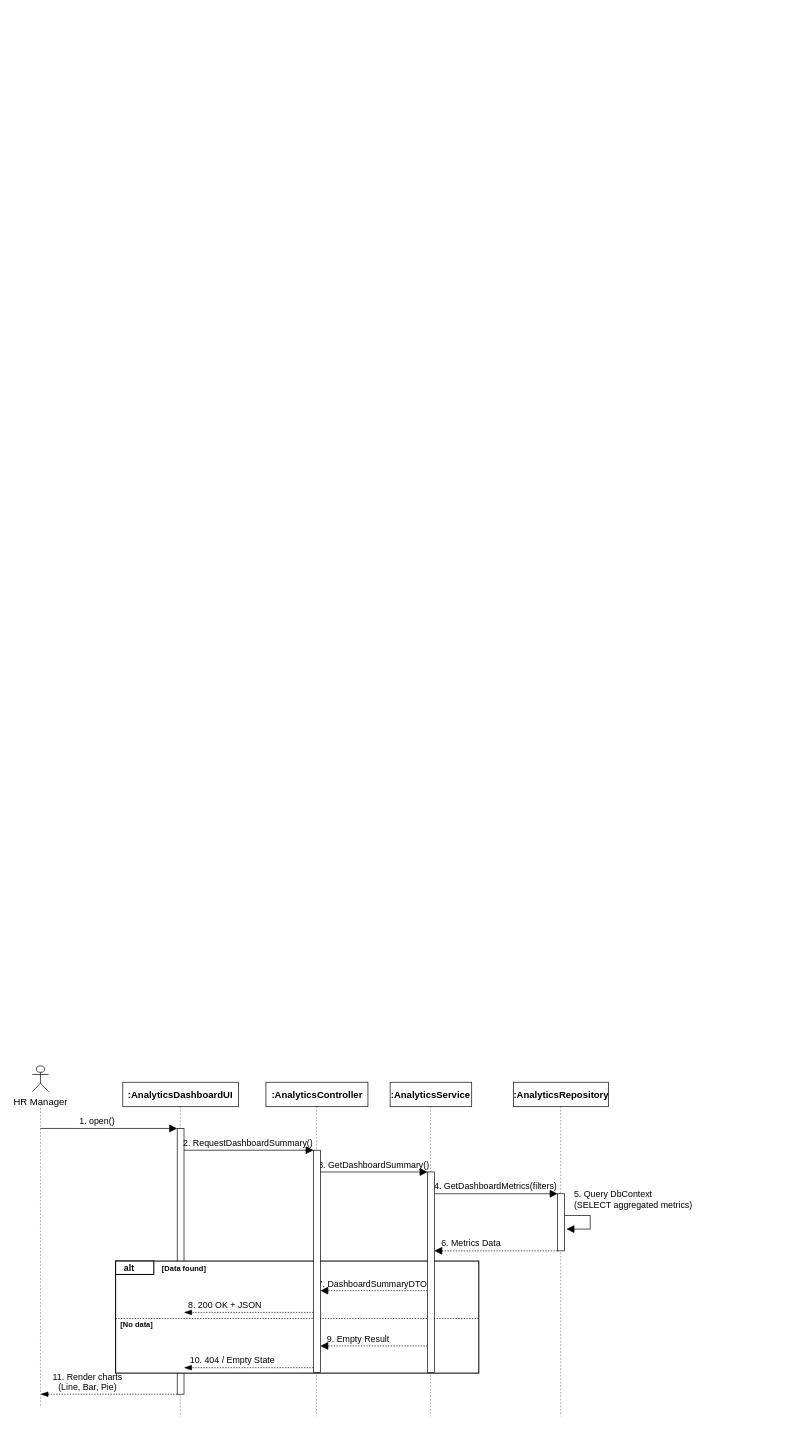
This is docs/qa/sequence-diagrams/Report4_SequenceDiagram_HR_AnalyticsManagement.drawio from tulklk/AI_Interview_Question_Generation_RAG_LLM_FE, a draw.io file, before an edit. Source tidied: cells renumbered, new cells numbered last; positions are measured from the earlier drawing's top-left corner, leaving out a move shared by most shapes. Both pictures are drawn from the tidied source at 68%, with x=0, y=0 at pixel (12, 12).
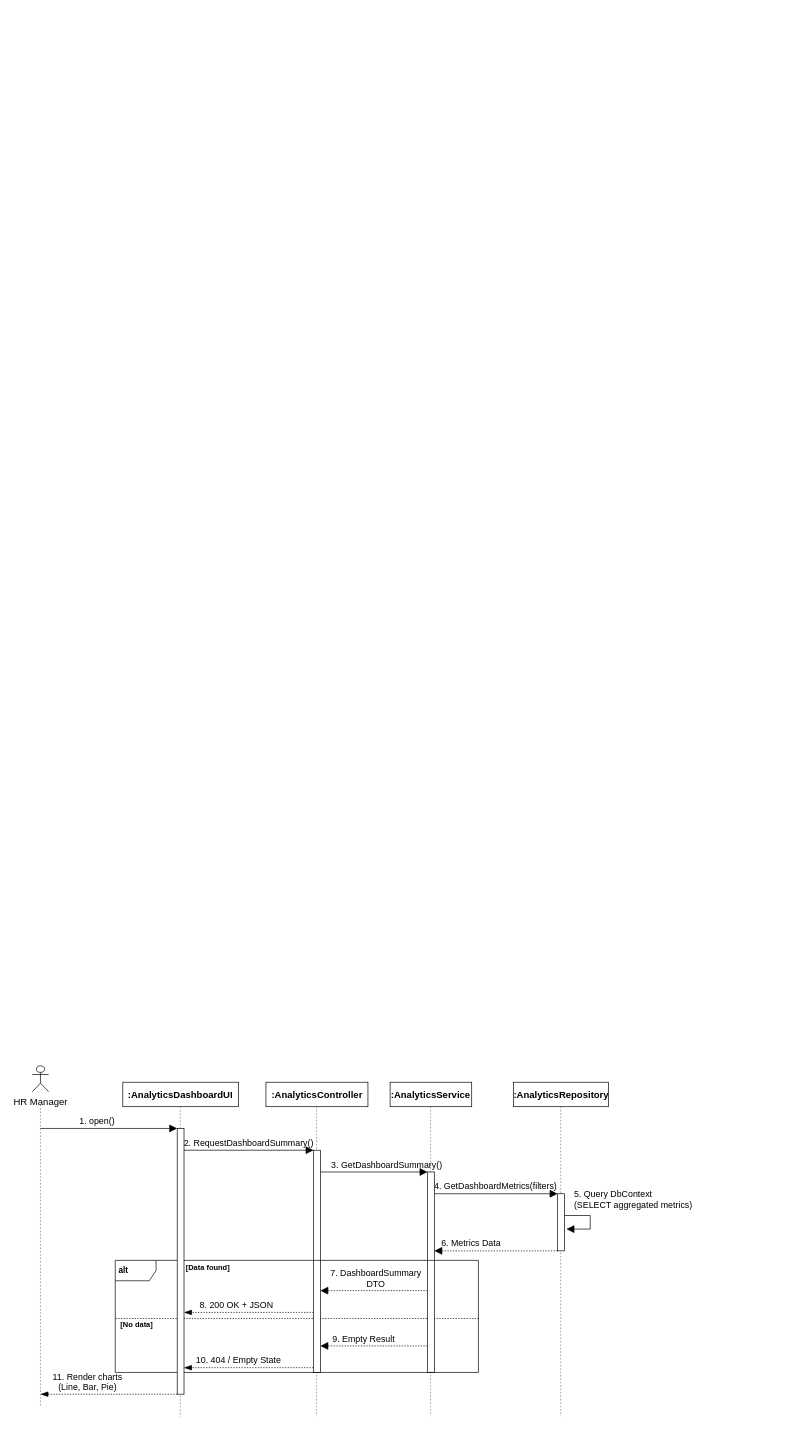
The same page after the edit.

The change refers to these unchanged cells:
```xml
<mxCell id="2" style="group;transparentBounds=1;editIcon=1;lockedGroup=0;groupPadding=10;" parent="1" vertex="1">
  <mxGeometry width="887.5" height="2092.8" as="geometry" />
</mxCell>
<mxCell id="26" style="rounded=0;strokeWidth=1;points=[];perimeter=orthogonalPerimeter;outlineConnect=0;portConstraint=eastwest;" parent="2" vertex="1">
  <mxGeometry x="443.6" y="1674" width="10" height="326.8" as="geometry" />
</mxCell>
<mxCell id="27" style="rounded=0;strokeWidth=1;points=[];perimeter=orthogonalPerimeter;outlineConnect=0;portConstraint=eastwest;" parent="2" vertex="1">
  <mxGeometry x="611.2" y="1706" width="10" height="294.8" as="geometry" />
</mxCell>
```

The edit, as a diff of the source:
```diff
@@
-    <mxCell id="6" style="endArrow=none;html=1;strokeWidth=0.5;dashed=1;dashPattern=5 5;rounded=0;" parent="2" edge="1">
-      <mxGeometry relative="1" as="geometry">
-        <mxPoint x="247.6" y="1610" as="sourcePoint" />
-        <mxPoint x="247.6" y="2065.8" as="targetPoint" />
-      </mxGeometry>
-    </mxCell>
-    <mxCell id="7" style="rounded=0;strokeWidth=1;points=[];perimeter=orthogonalPerimeter;outlineConnect=0;portConstraint=eastwest;" parent="2" vertex="1">
-      <mxGeometry x="243.1" y="1642" width="10" height="390.8" as="geometry" />
-    </mxCell>
@@
-    <mxCell id="9" style="rounded=0;strokeWidth=1.5;" parent="2" vertex="1">
-      <mxGeometry x="152.5" y="1837" width="534.1" height="164.8" as="geometry" />
-    </mxCell>
-    <mxCell id="10" value="alt" style="rounded=0;strokeWidth=1.5;fontSize=13;fontStyle=1;align=left;spacingLeft=10;verticalAlign=middle;html=1;" parent="2" vertex="1">
-      <mxGeometry x="152.5" y="1837" width="56.2" height="19.7" as="geometry" />
-    </mxCell>
     <mxCell id="11" value="[Data found]" style="text;html=1;fontSize=11;fontStyle=1;align=left;verticalAlign=middle;" parent="2" vertex="1">
-      <mxGeometry x="218.7" y="1840" width="79.3" height="15" as="geometry" />
+      <mxGeometry x="253.8" y="1839.3" width="79.3" height="15" as="geometry" />
     </mxCell>
-    <mxCell id="12" style="endArrow=none;html=1;strokeWidth=1;dashed=1;dashPattern=2 2;exitX=0;exitY=0.513;exitDx=0;exitDy=0;rounded=0;" parent="2" edge="1" source="9">
+    <mxCell id="12" style="endArrow=none;html=1;strokeWidth=1;dashed=1;dashPattern=2 2;exitX=0;exitY=0.513;exitDx=0;exitDy=0;rounded=0;" parent="2" edge="1">
       <mxGeometry relative="1" as="geometry">
+        <mxPoint x="152.5" y="1921.5" as="sourcePoint" />
         <mxPoint x="686.6" y="1921.5" as="targetPoint" />
       </mxGeometry>
     </mxCell>
@@
     <mxCell id="15" value="2. RequestDashboardSummary()" style="endArrow=block;endFill=1;endSize=9;html=1;rounded=0;edgeStyle=elbowEdgeStyle;elbow=vertical;curved=0;strokeWidth=1;fontColor=#000000;fontSize=13;verticalAlign=bottom;labelBackgroundColor=none;" parent="2" edge="1" source="7" target="26">
-      <mxGeometry x="-0.01" relative="1" as="geometry">
+      <mxGeometry relative="1" as="geometry">
         <Array as="points">
           <mxPoint x="348.6" y="1674" />
         </Array>
       </mxGeometry>
     </mxCell>
     <mxCell id="16" value="3. GetDashboardSummary()" style="endArrow=block;endFill=1;endSize=9;html=1;rounded=0;edgeStyle=elbowEdgeStyle;elbow=vertical;curved=0;strokeWidth=1;fontColor=#000000;fontSize=13;verticalAlign=bottom;labelBackgroundColor=none;" parent="2" edge="1" source="26" target="27">
-      <mxGeometry x="-0.01" relative="1" as="geometry">
+      <mxGeometry x="0.23" relative="1" as="geometry">
         <Array as="points">
           <mxPoint x="532.6" y="1706" />
         </Array>
       </mxGeometry>
     </mxCell>
@@
-    <mxCell id="21" value="7. DashboardSummaryDTO" style="endArrow=block;endFill=1;endSize=9;html=1;rounded=0;edgeStyle=elbowEdgeStyle;elbow=vertical;curved=0;strokeWidth=1;fontColor=#000000;fontSize=13;verticalAlign=bottom;labelBackgroundColor=none;dashed=1;dashPattern=2 2;" parent="2" edge="1" source="27" target="26">
-      <mxGeometry x="0.03" relative="1" as="geometry">
+    <mxCell id="21" value="7. DashboardSummary&lt;div&gt;DTO&lt;/div&gt;" style="endArrow=block;endFill=1;endSize=9;html=1;rounded=0;edgeStyle=elbowEdgeStyle;elbow=vertical;curved=0;strokeWidth=1;fontColor=#000000;fontSize=13;verticalAlign=bottom;labelBackgroundColor=none;dashed=1;dashPattern=2 2;" parent="2" edge="1" source="27" target="26">
+      <mxGeometry x="-0.03" relative="1" as="geometry">
         <Array as="points">
           <mxPoint x="532.6" y="1880.5" />
         </Array>
       </mxGeometry>
     </mxCell>
     <mxCell id="22" value="8. 200 OK + JSON" style="endArrow=blockThin;endFill=1;endSize=9;html=1;rounded=0;edgeStyle=elbowEdgeStyle;elbow=vertical;curved=0;strokeWidth=1;fontColor=#000000;fontSize=13;verticalAlign=bottom;labelBackgroundColor=none;dashed=1;dashPattern=2 2;" parent="2" edge="1" source="26" target="7">
-      <mxGeometry x="0.38" relative="1" as="geometry">
+      <mxGeometry x="0.2" relative="1" as="geometry">
         <Array as="points">
           <mxPoint x="348.6" y="1912.5" />
         </Array>
       </mxGeometry>
     </mxCell>
     <mxCell id="23" value="9. Empty Result" style="endArrow=block;endFill=1;endSize=9;html=1;rounded=0;edgeStyle=elbowEdgeStyle;elbow=vertical;curved=0;strokeWidth=1;fontColor=#000000;fontSize=13;verticalAlign=bottom;labelBackgroundColor=none;dashed=1;dashPattern=2 2;" parent="2" edge="1" source="27" target="26">
-      <mxGeometry x="0.29" relative="1" as="geometry">
+      <mxGeometry x="0.19" relative="1" as="geometry">
         <Array as="points">
           <mxPoint x="532.6" y="1961.8" />
         </Array>
       </mxGeometry>
     </mxCell>
     <mxCell id="24" value="10. 404 / Empty State" style="endArrow=blockThin;endFill=1;endSize=9;html=1;rounded=0;edgeStyle=elbowEdgeStyle;elbow=vertical;curved=0;strokeWidth=1;fontColor=#000000;fontSize=13;verticalAlign=bottom;labelBackgroundColor=none;dashed=1;dashPattern=2 2;" parent="2" edge="1" source="26" target="7">
-      <mxGeometry x="0.26" relative="1" as="geometry">
+      <mxGeometry x="0.17" relative="1" as="geometry">
         <Array as="points">
           <mxPoint x="348.6" y="1993.8" />
         </Array>
       </mxGeometry>
     </mxCell>
@@
+    <mxCell id="10" value="&lt;b&gt;&amp;nbsp;alt&lt;/b&gt;" style="shape=umlFrame;whiteSpace=wrap;html=1;align=left;" parent="2" vertex="1">
+      <mxGeometry x="152" y="1836" width="534.1" height="164.8" as="geometry" />
+    </mxCell>
+    <mxCell id="6" style="endArrow=none;html=1;strokeWidth=0.5;dashed=1;dashPattern=5 5;rounded=0;" parent="2" edge="1">
+      <mxGeometry relative="1" as="geometry">
+        <mxPoint x="247.6" y="1610" as="sourcePoint" />
+        <mxPoint x="247.6" y="2065.8" as="targetPoint" />
+      </mxGeometry>
+    </mxCell>
+    <mxCell id="7" style="rounded=0;strokeWidth=1;points=[];perimeter=orthogonalPerimeter;outlineConnect=0;portConstraint=eastwest;" parent="2" vertex="1">
+      <mxGeometry x="243.1" y="1642" width="10" height="390.8" as="geometry" />
+    </mxCell>
```
